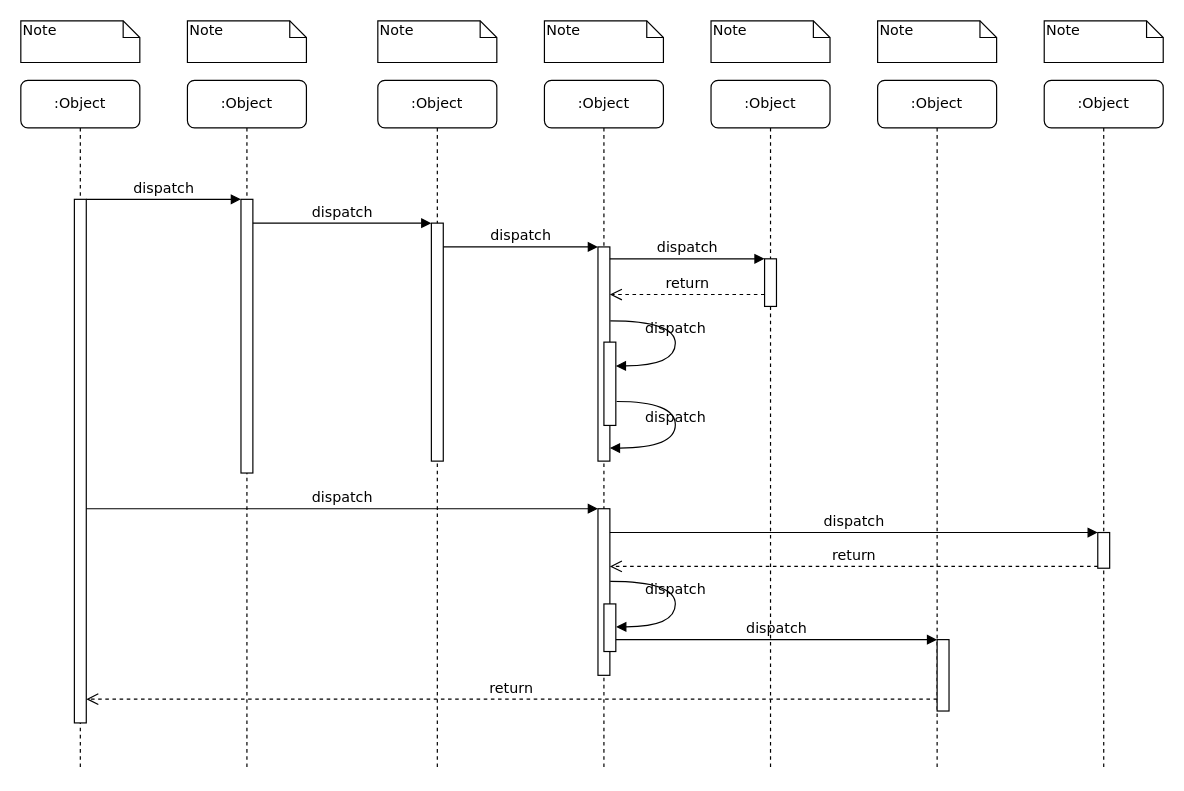
Above: 状态推送.drawio in unclequentin/diagrams (draw.io), before the change. Source tidied: cells renumbered, new cells numbered last; positions are measured from the earlier drawing's top-left corner, leaving out a move shared by most shapes. Both pictures are drawn from the tidied source at 119%, with x=0, y=0 at pixel (20, 20).
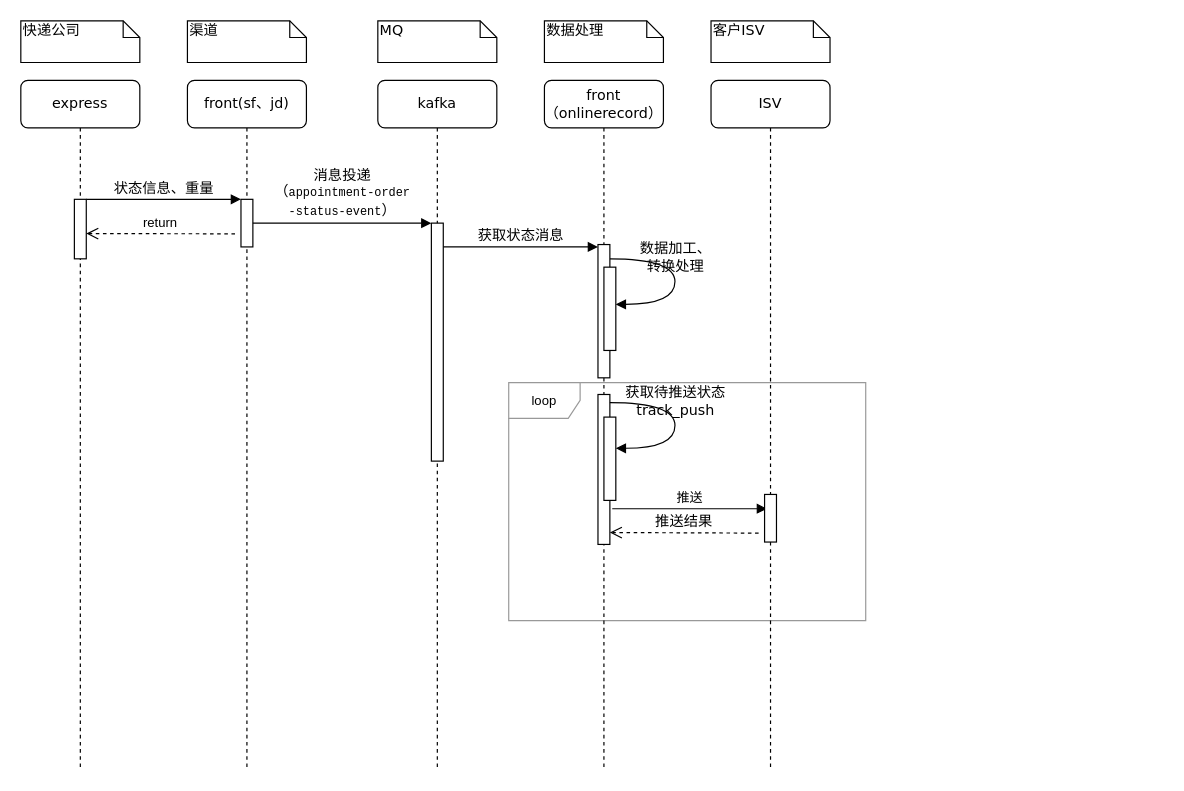
After the change.

Commit message (it also covers changes not shown here):
更新状态推送.drawio

Unchanged cells that the change refers to:
```xml
<mxCell id="5" style="html=1;points=[];perimeter=orthogonalPerimeter;rounded=0;shadow=0;comic=0;labelBackgroundColor=none;strokeWidth=1;fontFamily=Verdana;fontSize=12;align=center;" parent="4" vertex="1">
  <mxGeometry x="45" y="120" width="10" height="200" as="geometry" />
</mxCell>
```

The edit, as a diff of the source:
```diff
@@
+    <mxCell id="39" value="loop" style="shape=umlFrame;whiteSpace=wrap;html=1;fontSize=11;fontColor=#000000;strokeColor=#999999;" parent="1" vertex="1">
+      <mxGeometry x="410" y="304" width="300" height="200" as="geometry" />
+    </mxCell>
-    <mxCell id="2" value=":Object" style="shape=umlLifeline;perimeter=lifelinePerimeter;whiteSpace=wrap;html=1;rounded=1;shadow=0;comic=0;labelBackgroundColor=none;strokeWidth=1;fontFamily=Verdana;fontSize=12;align=center;" parent="1" vertex="1">
+    <mxCell id="2" value="front(sf、jd)" style="shape=umlLifeline;perimeter=lifelinePerimeter;whiteSpace=wrap;html=1;rounded=1;shadow=0;comic=0;labelBackgroundColor=none;strokeWidth=1;fontFamily=Verdana;fontSize=12;align=center;" parent="1" vertex="1">
       <mxGeometry x="140" y="50" width="100" height="580" as="geometry" />
     </mxCell>
     <mxCell id="3" style="html=1;points=[];perimeter=orthogonalPerimeter;rounded=0;shadow=0;comic=0;labelBackgroundColor=none;strokeWidth=1;fontFamily=Verdana;fontSize=12;align=center;" parent="2" vertex="1">
-      <mxGeometry x="45" y="100" width="10" height="230" as="geometry" />
+      <mxGeometry x="45" y="100" width="10" height="40" as="geometry" />
     </mxCell>
-    <mxCell id="4" value=":Object" style="shape=umlLifeline;perimeter=lifelinePerimeter;whiteSpace=wrap;html=1;rounded=1;shadow=0;comic=0;labelBackgroundColor=none;strokeWidth=1;fontFamily=Verdana;fontSize=12;align=center;" parent="1" vertex="1">
+    <mxCell id="4" value="&lt;span style=&quot;text-align: left;&quot;&gt;kafka&lt;/span&gt;" style="shape=umlLifeline;perimeter=lifelinePerimeter;whiteSpace=wrap;html=1;rounded=1;shadow=0;comic=0;labelBackgroundColor=none;strokeWidth=1;fontFamily=Verdana;fontSize=12;align=center;" parent="1" vertex="1">
       <mxGeometry x="300" y="50" width="100" height="580" as="geometry" />
     </mxCell>
@@
-    <mxCell id="6" value=":Object" style="shape=umlLifeline;perimeter=lifelinePerimeter;whiteSpace=wrap;html=1;rounded=1;shadow=0;comic=0;labelBackgroundColor=none;strokeWidth=1;fontFamily=Verdana;fontSize=12;align=center;" parent="1" vertex="1">
+    <mxCell id="6" value="front（onlinerecord）" style="shape=umlLifeline;perimeter=lifelinePerimeter;whiteSpace=wrap;html=1;rounded=1;shadow=0;comic=0;labelBackgroundColor=none;strokeWidth=1;fontFamily=Verdana;fontSize=12;align=center;" parent="1" vertex="1">
       <mxGeometry x="440" y="50" width="100" height="580" as="geometry" />
     </mxCell>
+    <mxCell id="40" value="数据加工、&lt;br&gt;转换处理" style="html=1;verticalAlign=bottom;endArrow=block;labelBackgroundColor=none;fontFamily=Verdana;fontSize=12;elbow=vertical;edgeStyle=orthogonalEdgeStyle;curved=1;entryX=1;entryY=0.286;entryPerimeter=0;exitX=1.038;exitY=0.345;exitPerimeter=0;" parent="6" edge="1">
+      <mxGeometry relative="1" as="geometry">
+        <mxPoint x="55" y="150" as="sourcePoint" />
+        <mxPoint x="60" y="188.3" as="targetPoint" />
+        <Array as="points">
+          <mxPoint x="109.7" y="150" />
+          <mxPoint x="109.7" y="188" />
+        </Array>
+      </mxGeometry>
+    </mxCell>
+    <mxCell id="41" style="html=1;perimeter=orthogonalPerimeter;rounded=0;shadow=0;comic=0;labelBackgroundColor=none;strokeWidth=1;fontFamily=Verdana;fontSize=12;align=center;" parent="6" vertex="1">
+      <mxGeometry x="45" y="264" width="10" height="126" as="geometry" />
+    </mxCell>
+    <mxCell id="42" style="html=1;perimeter=orthogonalPerimeter;rounded=0;shadow=0;comic=0;labelBackgroundColor=none;strokeWidth=1;fontFamily=Verdana;fontSize=12;align=center;" parent="6" vertex="1">
+      <mxGeometry x="50" y="283" width="10" height="70" as="geometry" />
+    </mxCell>
+    <mxCell id="31" value="获取待推送状态&lt;br&gt;track_push" style="html=1;verticalAlign=bottom;endArrow=block;labelBackgroundColor=none;fontFamily=Verdana;fontSize=12;elbow=vertical;edgeStyle=orthogonalEdgeStyle;curved=1;entryX=1;entryY=0.286;entryPerimeter=0;exitX=1.038;exitY=0.345;exitPerimeter=0;" parent="6" edge="1">
+      <mxGeometry relative="1" as="geometry">
+        <mxPoint x="55" y="270.8" as="sourcePoint" />
+        <mxPoint x="60" y="309.2" as="targetPoint" />
+        <Array as="points">
+          <mxPoint x="109.7" y="270.8" />
+          <mxPoint x="109.7" y="308.8" />
+        </Array>
+      </mxGeometry>
+    </mxCell>
+    <mxCell id="43" value="推送" style="html=1;verticalAlign=bottom;endArrow=block;rounded=0;labelBackgroundColor=none;fontSize=11;fontColor=#000000;entryX=0.5;entryY=0.3;entryDx=0;entryDy=0;entryPerimeter=0;" parent="6" edge="1">
+      <mxGeometry relative="1" as="geometry">
+        <mxPoint x="57" y="360" as="sourcePoint" />
+        <mxPoint x="187" y="360" as="targetPoint" />
+      </mxGeometry>
+    </mxCell>
-    <mxCell id="7" value=":Object" style="shape=umlLifeline;perimeter=lifelinePerimeter;whiteSpace=wrap;html=1;rounded=1;shadow=0;comic=0;labelBackgroundColor=none;strokeWidth=1;fontFamily=Verdana;fontSize=12;align=center;" parent="1" vertex="1">
+    <mxCell id="7" value="ISV" style="shape=umlLifeline;perimeter=lifelinePerimeter;whiteSpace=wrap;html=1;rounded=1;shadow=0;comic=0;labelBackgroundColor=none;strokeWidth=1;fontFamily=Verdana;fontSize=12;align=center;" parent="1" vertex="1">
       <mxGeometry x="580" y="50" width="100" height="580" as="geometry" />
     </mxCell>
-    <mxCell id="8" value=":Object" style="shape=umlLifeline;perimeter=lifelinePerimeter;whiteSpace=wrap;html=1;rounded=1;shadow=0;comic=0;labelBackgroundColor=none;strokeWidth=1;fontFamily=Verdana;fontSize=12;align=center;" parent="1" vertex="1">
-      <mxGeometry x="720" y="50" width="100" height="580" as="geometry" />
-    </mxCell>
-    <mxCell id="9" value=":Object" style="shape=umlLifeline;perimeter=lifelinePerimeter;whiteSpace=wrap;html=1;rounded=1;shadow=0;comic=0;labelBackgroundColor=none;strokeWidth=1;fontFamily=Verdana;fontSize=12;align=center;" parent="1" vertex="1">
-      <mxGeometry x="860" y="50" width="100" height="580" as="geometry" />
-    </mxCell>
+    <mxCell id="14" style="html=1;points=[];perimeter=orthogonalPerimeter;rounded=0;shadow=0;comic=0;labelBackgroundColor=none;strokeWidth=1;fontFamily=Verdana;fontSize=12;align=center;" parent="7" vertex="1">
+      <mxGeometry x="45" y="348" width="10" height="40" as="geometry" />
+    </mxCell>
+    <mxCell id="21" value="推送结果" style="html=1;verticalAlign=bottom;endArrow=open;dashed=1;endSize=8;labelBackgroundColor=none;fontFamily=Verdana;fontSize=12;" parent="7" edge="1">
+      <mxGeometry relative="1" as="geometry">
+        <mxPoint x="40" y="380.5" as="sourcePoint" />
+        <mxPoint x="-85" y="380" as="targetPoint" />
+      </mxGeometry>
+    </mxCell>
-    <mxCell id="10" value=":Object" style="shape=umlLifeline;perimeter=lifelinePerimeter;whiteSpace=wrap;html=1;rounded=1;shadow=0;comic=0;labelBackgroundColor=none;strokeWidth=1;fontFamily=Verdana;fontSize=12;align=center;" parent="1" vertex="1">
+    <mxCell id="10" value="express" style="shape=umlLifeline;perimeter=lifelinePerimeter;whiteSpace=wrap;html=1;rounded=1;shadow=0;comic=0;labelBackgroundColor=none;strokeWidth=1;fontFamily=Verdana;fontSize=12;align=center;" parent="1" vertex="1">
       <mxGeometry y="50" width="100" height="580" as="geometry" />
     </mxCell>
     <mxCell id="11" style="html=1;points=[];perimeter=orthogonalPerimeter;rounded=0;shadow=0;comic=0;labelBackgroundColor=none;strokeWidth=1;fontFamily=Verdana;fontSize=12;align=center;" parent="10" vertex="1">
-      <mxGeometry x="45" y="100" width="10" height="440" as="geometry" />
+      <mxGeometry x="45" y="100" width="10" height="50" as="geometry" />
     </mxCell>
     <mxCell id="12" style="html=1;points=[];perimeter=orthogonalPerimeter;rounded=0;shadow=0;comic=0;labelBackgroundColor=none;strokeWidth=1;fontFamily=Verdana;fontSize=12;align=center;" parent="1" vertex="1">
-      <mxGeometry x="485" y="190" width="10" height="180" as="geometry" />
+      <mxGeometry x="485" y="188" width="10" height="112" as="geometry" />
     </mxCell>
-    <mxCell id="13" value="dispatch" style="html=1;verticalAlign=bottom;endArrow=block;labelBackgroundColor=none;fontFamily=Verdana;fontSize=12;edgeStyle=elbowEdgeStyle;elbow=vertical;" parent="1" edge="1" source="5" target="12">
+    <mxCell id="13" value="获取状态消息" style="html=1;verticalAlign=bottom;endArrow=block;labelBackgroundColor=none;fontFamily=Verdana;fontSize=12;edgeStyle=elbowEdgeStyle;elbow=vertical;" parent="1" edge="1" source="5" target="12">
       <mxGeometry relative="1" as="geometry">
         <Array as="points">
           <mxPoint x="360" y="190" />
         </Array>
       </mxGeometry>
     </mxCell>
-    <mxCell id="14" style="html=1;points=[];perimeter=orthogonalPerimeter;rounded=0;shadow=0;comic=0;labelBackgroundColor=none;strokeWidth=1;fontFamily=Verdana;fontSize=12;align=center;" parent="1" vertex="1">
-      <mxGeometry x="625" y="200" width="10" height="40" as="geometry" />
-    </mxCell>
-    <mxCell id="15" value="dispatch" style="html=1;verticalAlign=bottom;endArrow=block;entryX=0;entryY=0;labelBackgroundColor=none;fontFamily=Verdana;fontSize=12;edgeStyle=elbowEdgeStyle;elbow=vertical;" parent="1" edge="1" source="12" target="14">
-      <mxGeometry relative="1" as="geometry" />
-    </mxCell>
-    <mxCell id="16" value="return" style="html=1;verticalAlign=bottom;endArrow=open;dashed=1;endSize=8;labelBackgroundColor=none;fontFamily=Verdana;fontSize=12;edgeStyle=elbowEdgeStyle;elbow=vertical;" parent="1" edge="1" source="14" target="12">
-      <mxGeometry relative="1" as="geometry">
-        <Array as="points">
-          <mxPoint x="570" y="230" />
-          <mxPoint x="600" y="230" />
-        </Array>
-      </mxGeometry>
-    </mxCell>
-    <mxCell id="17" style="html=1;points=[];perimeter=orthogonalPerimeter;rounded=0;shadow=0;comic=0;labelBackgroundColor=none;strokeWidth=1;fontFamily=Verdana;fontSize=12;align=center;" parent="1" vertex="1">
-      <mxGeometry x="485" y="410" width="10" height="140" as="geometry" />
-    </mxCell>
-    <mxCell id="18" value="dispatch" style="html=1;verticalAlign=bottom;endArrow=block;entryX=0;entryY=0;labelBackgroundColor=none;fontFamily=Verdana;fontSize=12;" parent="1" edge="1" source="11" target="17">
-      <mxGeometry relative="1" as="geometry" />
-    </mxCell>
-    <mxCell id="19" style="html=1;points=[];perimeter=orthogonalPerimeter;rounded=0;shadow=0;comic=0;labelBackgroundColor=none;strokeColor=#000000;strokeWidth=1;fillColor=#FFFFFF;fontFamily=Verdana;fontSize=12;fontColor=#000000;align=center;" parent="1" vertex="1">
-      <mxGeometry x="905" y="430" width="10" height="30" as="geometry" />
-    </mxCell>
-    <mxCell id="20" value="dispatch" style="html=1;verticalAlign=bottom;endArrow=block;entryX=0;entryY=0;labelBackgroundColor=none;fontFamily=Verdana;fontSize=12;" parent="1" edge="1" source="17" target="19">
-      <mxGeometry relative="1" as="geometry" />
-    </mxCell>
-    <mxCell id="21" value="return" style="html=1;verticalAlign=bottom;endArrow=open;dashed=1;endSize=8;exitX=0;exitY=0.95;labelBackgroundColor=none;fontFamily=Verdana;fontSize=12;" parent="1" edge="1" source="19" target="17">
-      <mxGeometry relative="1" as="geometry" />
-    </mxCell>
-    <mxCell id="22" style="html=1;points=[];perimeter=orthogonalPerimeter;rounded=0;shadow=0;comic=0;labelBackgroundColor=none;strokeWidth=1;fontFamily=Verdana;fontSize=12;align=center;" parent="1" vertex="1">
-      <mxGeometry x="770" y="520" width="10" height="60" as="geometry" />
-    </mxCell>
-    <mxCell id="23" value="dispatch" style="html=1;verticalAlign=bottom;endArrow=block;entryX=0;entryY=0;labelBackgroundColor=none;fontFamily=Verdana;fontSize=12;edgeStyle=elbowEdgeStyle;elbow=vertical;" parent="1" edge="1" source="30" target="22">
-      <mxGeometry relative="1" as="geometry" />
-    </mxCell>
-    <mxCell id="24" value="return" style="html=1;verticalAlign=bottom;endArrow=open;dashed=1;endSize=8;labelBackgroundColor=none;fontFamily=Verdana;fontSize=12;edgeStyle=elbowEdgeStyle;elbow=vertical;" parent="1" edge="1" source="22" target="11">
-      <mxGeometry relative="1" as="geometry">
-        <Array as="points">
-          <mxPoint x="470" y="570" />
-        </Array>
-      </mxGeometry>
-    </mxCell>
-    <mxCell id="25" value="dispatch" style="html=1;verticalAlign=bottom;endArrow=block;entryX=0;entryY=0;labelBackgroundColor=none;fontFamily=Verdana;fontSize=12;edgeStyle=elbowEdgeStyle;elbow=vertical;" parent="1" edge="1" source="11" target="3">
+    <mxCell id="25" value="状态信息、重量" style="html=1;verticalAlign=bottom;endArrow=block;entryX=0;entryY=0;labelBackgroundColor=none;fontFamily=Verdana;fontSize=12;edgeStyle=elbowEdgeStyle;elbow=vertical;" parent="1" edge="1" source="11" target="3">
       <mxGeometry relative="1" as="geometry" />
     </mxCell>
-    <mxCell id="26" value="dispatch" style="html=1;verticalAlign=bottom;endArrow=block;entryX=0;entryY=0;labelBackgroundColor=none;fontFamily=Verdana;fontSize=12;edgeStyle=elbowEdgeStyle;elbow=vertical;" parent="1" edge="1" source="3" target="5">
+    <mxCell id="26" value="消息投递&lt;br&gt;（&lt;span style=&quot;font-family: &amp;quot;Courier New&amp;quot;;&quot;&gt;&lt;font style=&quot;font-size: 10px;&quot;&gt;appointment-order&lt;br&gt;-status-event&lt;/font&gt;&lt;/span&gt;）" style="html=1;verticalAlign=bottom;endArrow=block;entryX=0;entryY=0;labelBackgroundColor=none;fontFamily=Verdana;fontSize=12;edgeStyle=elbowEdgeStyle;elbow=vertical;" parent="1" edge="1" source="3" target="5">
       <mxGeometry relative="1" as="geometry" />
     </mxCell>
     <mxCell id="27" style="html=1;points=[];perimeter=orthogonalPerimeter;rounded=0;shadow=0;comic=0;labelBackgroundColor=none;strokeWidth=1;fontFamily=Verdana;fontSize=12;align=center;" parent="1" vertex="1">
-      <mxGeometry x="490" y="270" width="10" height="70" as="geometry" />
+      <mxGeometry x="490" y="207" width="10" height="70" as="geometry" />
     </mxCell>
-    <mxCell id="28" value="dispatch" style="html=1;verticalAlign=bottom;endArrow=block;labelBackgroundColor=none;fontFamily=Verdana;fontSize=12;elbow=vertical;edgeStyle=orthogonalEdgeStyle;curved=1;entryX=1;entryY=0.286;entryPerimeter=0;exitX=1.038;exitY=0.345;exitPerimeter=0;" parent="1" edge="1" source="12" target="27">
-      <mxGeometry relative="1" as="geometry">
-        <Array as="points">
-          <mxPoint x="550" y="252" />
-          <mxPoint x="550" y="290" />
-        </Array>
-      </mxGeometry>
-    </mxCell>
-    <mxCell id="29" value="dispatch" style="html=1;verticalAlign=bottom;endArrow=block;labelBackgroundColor=none;fontFamily=Verdana;fontSize=12;elbow=vertical;edgeStyle=orthogonalEdgeStyle;curved=1;exitX=1.066;exitY=0.713;exitPerimeter=0;" parent="1" edge="1" source="27">
-      <mxGeometry relative="1" as="geometry">
-        <mxPoint x="495" y="359" as="targetPoint" />
-        <Array as="points">
-          <mxPoint x="550" y="320" />
-          <mxPoint x="550" y="359" />
-        </Array>
-      </mxGeometry>
-    </mxCell>
-    <mxCell id="30" style="html=1;points=[];perimeter=orthogonalPerimeter;rounded=0;shadow=0;comic=0;labelBackgroundColor=none;strokeWidth=1;fontFamily=Verdana;fontSize=12;align=center;" parent="1" vertex="1">
-      <mxGeometry x="490" y="490" width="10" height="40" as="geometry" />
-    </mxCell>
-    <mxCell id="31" value="dispatch" style="html=1;verticalAlign=bottom;endArrow=block;labelBackgroundColor=none;fontFamily=Verdana;fontSize=12;elbow=vertical;edgeStyle=orthogonalEdgeStyle;curved=1;entryX=1;entryY=0.286;entryPerimeter=0;exitX=1.038;exitY=0.345;exitPerimeter=0;" parent="1" edge="1">
-      <mxGeometry relative="1" as="geometry">
-        <mxPoint x="495.3" y="471" as="sourcePoint" />
-        <mxPoint x="500.3" y="509.3" as="targetPoint" />
-        <Array as="points">
-          <mxPoint x="550" y="471" />
-          <mxPoint x="550" y="509" />
-        </Array>
-      </mxGeometry>
-    </mxCell>
-    <mxCell id="32" value="Note" style="shape=note;whiteSpace=wrap;html=1;size=14;verticalAlign=top;align=left;spacingTop=-6;rounded=0;shadow=0;comic=0;labelBackgroundColor=none;strokeWidth=1;fontFamily=Verdana;fontSize=12;" parent="1" vertex="1">
+    <mxCell id="32" value="快递公司" style="shape=note;whiteSpace=wrap;html=1;size=14;verticalAlign=top;align=left;spacingTop=-6;rounded=0;shadow=0;comic=0;labelBackgroundColor=none;strokeWidth=1;fontFamily=Verdana;fontSize=12;" parent="1" vertex="1">
       <mxGeometry width="100" height="35" as="geometry" />
     </mxCell>
-    <mxCell id="33" value="Note" style="shape=note;whiteSpace=wrap;html=1;size=14;verticalAlign=top;align=left;spacingTop=-6;rounded=0;shadow=0;comic=0;labelBackgroundColor=none;strokeWidth=1;fontFamily=Verdana;fontSize=12;" parent="1" vertex="1">
+    <mxCell id="33" value="渠道" style="shape=note;whiteSpace=wrap;html=1;size=14;verticalAlign=top;align=left;spacingTop=-6;rounded=0;shadow=0;comic=0;labelBackgroundColor=none;strokeWidth=1;fontFamily=Verdana;fontSize=12;" parent="1" vertex="1">
       <mxGeometry x="140" width="100" height="35" as="geometry" />
     </mxCell>
-    <mxCell id="34" value="Note" style="shape=note;whiteSpace=wrap;html=1;size=14;verticalAlign=top;align=left;spacingTop=-6;rounded=0;shadow=0;comic=0;labelBackgroundColor=none;strokeWidth=1;fontFamily=Verdana;fontSize=12;" parent="1" vertex="1">
+    <mxCell id="34" value="MQ" style="shape=note;whiteSpace=wrap;html=1;size=14;verticalAlign=top;align=left;spacingTop=-6;rounded=0;shadow=0;comic=0;labelBackgroundColor=none;strokeWidth=1;fontFamily=Verdana;fontSize=12;" parent="1" vertex="1">
       <mxGeometry x="300" width="100" height="35" as="geometry" />
     </mxCell>
-    <mxCell id="35" value="Note" style="shape=note;whiteSpace=wrap;html=1;size=14;verticalAlign=top;align=left;spacingTop=-6;rounded=0;shadow=0;comic=0;labelBackgroundColor=none;strokeWidth=1;fontFamily=Verdana;fontSize=12;" parent="1" vertex="1">
+    <mxCell id="35" value="数据处理" style="shape=note;whiteSpace=wrap;html=1;size=14;verticalAlign=top;align=left;spacingTop=-6;rounded=0;shadow=0;comic=0;labelBackgroundColor=none;strokeWidth=1;fontFamily=Verdana;fontSize=12;" parent="1" vertex="1">
       <mxGeometry x="440" width="100" height="35" as="geometry" />
     </mxCell>
-    <mxCell id="36" value="Note" style="shape=note;whiteSpace=wrap;html=1;size=14;verticalAlign=top;align=left;spacingTop=-6;rounded=0;shadow=0;comic=0;labelBackgroundColor=none;strokeWidth=1;fontFamily=Verdana;fontSize=12;" parent="1" vertex="1">
+    <mxCell id="36" value="客户ISV" style="shape=note;whiteSpace=wrap;html=1;size=14;verticalAlign=top;align=left;spacingTop=-6;rounded=0;shadow=0;comic=0;labelBackgroundColor=none;strokeWidth=1;fontFamily=Verdana;fontSize=12;" parent="1" vertex="1">
       <mxGeometry x="580" width="100" height="35" as="geometry" />
     </mxCell>
-    <mxCell id="37" value="Note" style="shape=note;whiteSpace=wrap;html=1;size=14;verticalAlign=top;align=left;spacingTop=-6;rounded=0;shadow=0;comic=0;labelBackgroundColor=none;strokeWidth=1;fontFamily=Verdana;fontSize=12;" parent="1" vertex="1">
-      <mxGeometry x="720" width="100" height="35" as="geometry" />
-    </mxCell>
-    <mxCell id="38" value="Note" style="shape=note;whiteSpace=wrap;html=1;size=14;verticalAlign=top;align=left;spacingTop=-6;rounded=0;shadow=0;comic=0;labelBackgroundColor=none;strokeWidth=1;fontFamily=Verdana;fontSize=12;" parent="1" vertex="1">
-      <mxGeometry x="860" width="100" height="35" as="geometry" />
-    </mxCell>
+    <mxCell id="44" value="return" style="html=1;verticalAlign=bottom;endArrow=open;dashed=1;endSize=8;rounded=0;entryX=1;entryY=0.045;entryDx=0;entryDy=0;entryPerimeter=0;" parent="1" edge="1">
+      <mxGeometry relative="1" as="geometry">
+        <mxPoint x="180" y="179" as="sourcePoint" />
+        <mxPoint x="55" y="178.8" as="targetPoint" />
+      </mxGeometry>
+    </mxCell>
```
